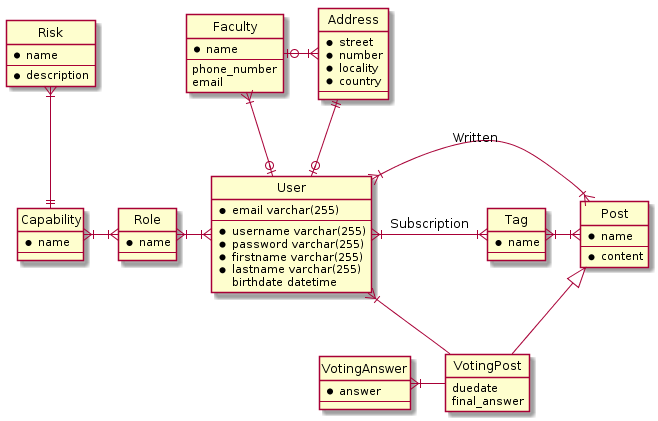
Before: out/uml/database_schema/db_mdl.png, a diagram exported from PlantUML (LeGroupeDeFer/infom114_LaboMDL).
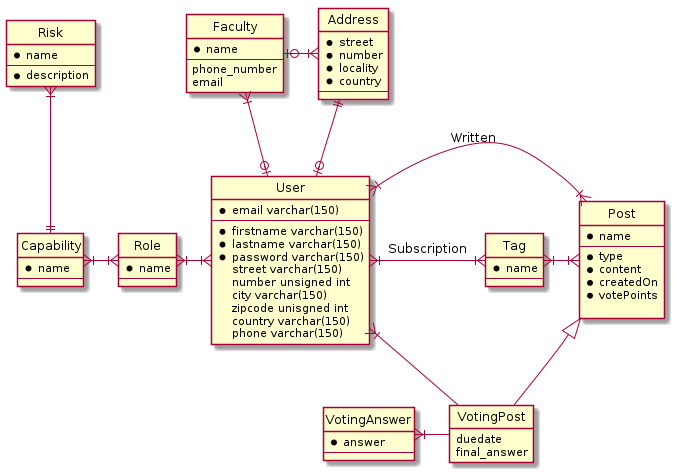
Later version of the same file.

Change to the diagram source:
```diff
@@ -9,13 +9,17 @@
 
 
 entity User {
-  * email varchar(255)
+  * email varchar(150)
   --
-  * username varchar(255)
-  * password varchar(255)
-  * firstname varchar(255)
-  * lastname varchar(255)
-  birthdate datetime
+  * firstname varchar(150)
+  * lastname varchar(150)
+  * password varchar(150)
+  street varchar(150)
+  number unsigned int
+  city varchar(150)
+  zipcode unisgned int
+  country varchar(150)
+  phone varchar(150)
 }
 
 entity Address {
@@ -36,7 +40,11 @@
 entity Post {
   * name
   --
+  * type
   * content
+  * createdOn
+  * votePoints
+
 }
 
 entity Role {
```
